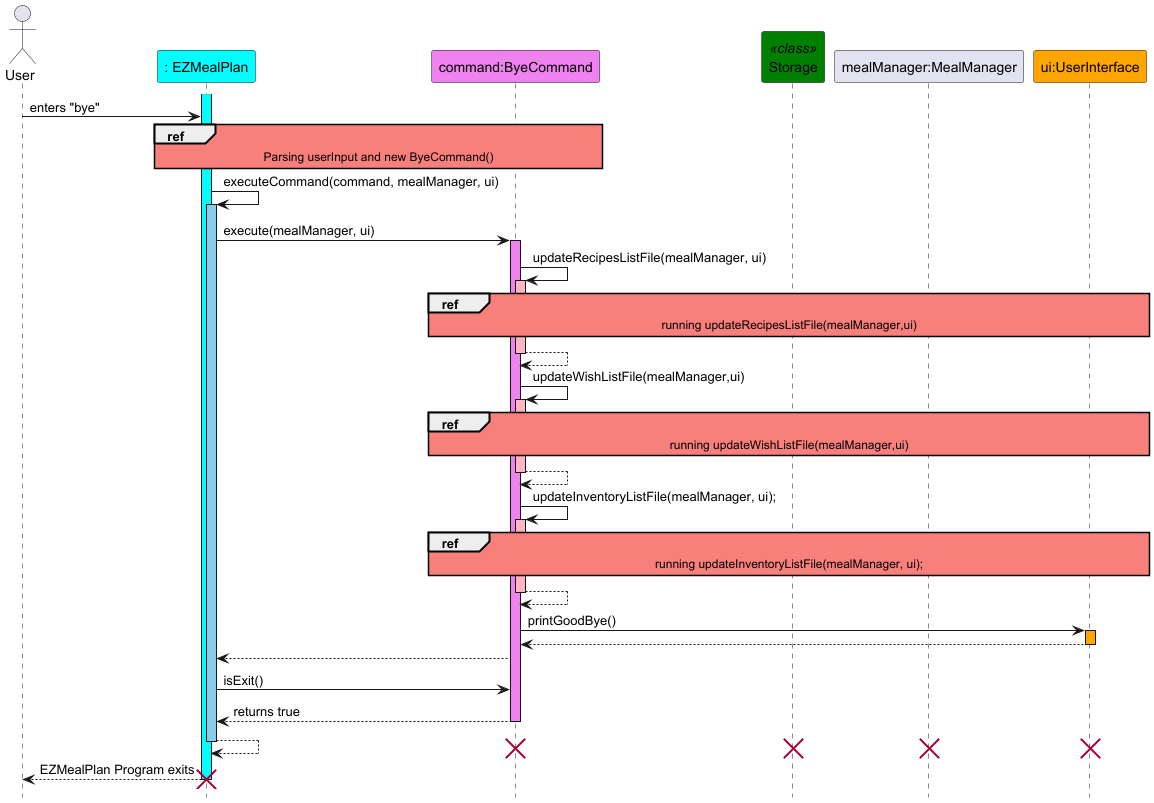
Before: docs/diagrams/ByeCommand.png, a diagram exported from PlantUML (wentuoc/tp).
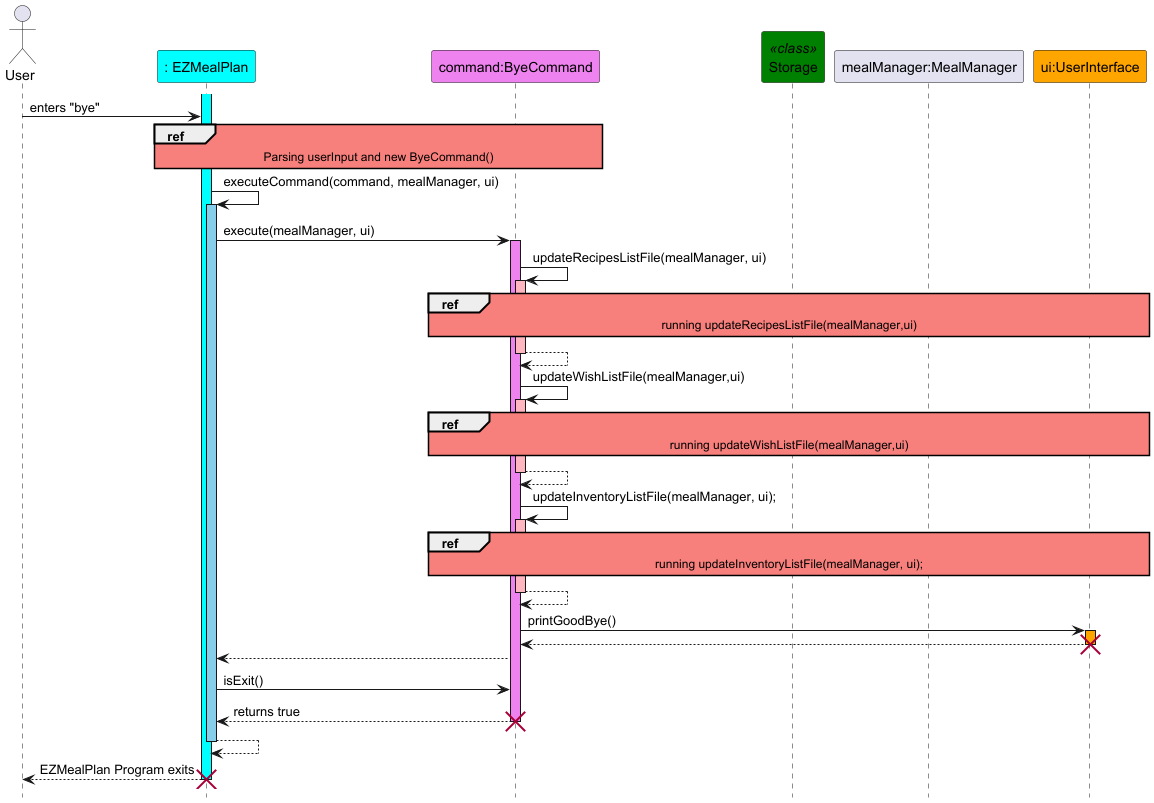
The same file after the commit.

Commit message:
Update the sequence diagrams for ByeCommand

What changed in the source:
```diff
@@ -43,15 +43,13 @@
 activate UserInterface #Orange
 UserInterface --> ByeCommand
 deactivate UserInterface
+destroy UserInterface
 ByeCommand --> EZMealPlan
 EZMealPlan -> ByeCommand : isExit()
 ByeCommand --> EZMealPlan : returns true
 deactivate ByeCommand
+destroy ByeCommand
 EZMealPlan --> EZMealPlan
-destroy ByeCommand
-destroy MealManager
-destroy UserInterface
-destroy Storage
 deactivate EZMealPlan
 EZMealPlan --> User : EZMealPlan Program exits
 deactivate EZMealPlan
```
